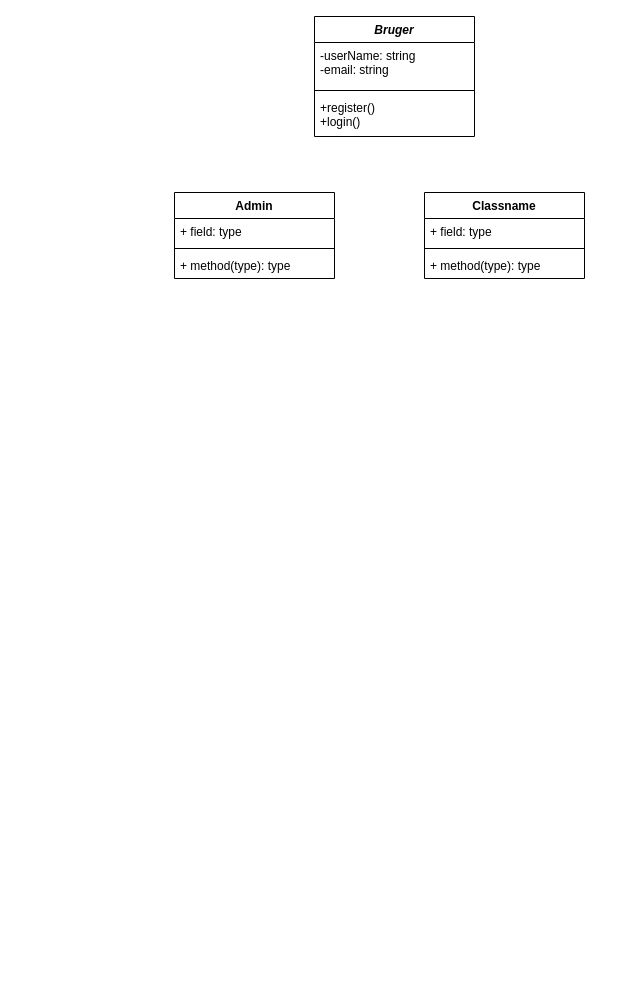
Above: CBS Sport.drawio in Niklas107/Gruppeprojekt-1 (draw.io), before the change. Source tidied: cells renumbered, new cells numbered last; positions are measured from the earlier drawing's top-left corner, leaving out a move shared by most shapes. Both pictures are drawn from the tidied source at 100%, with x=0, y=0 at pixel (174, 16).
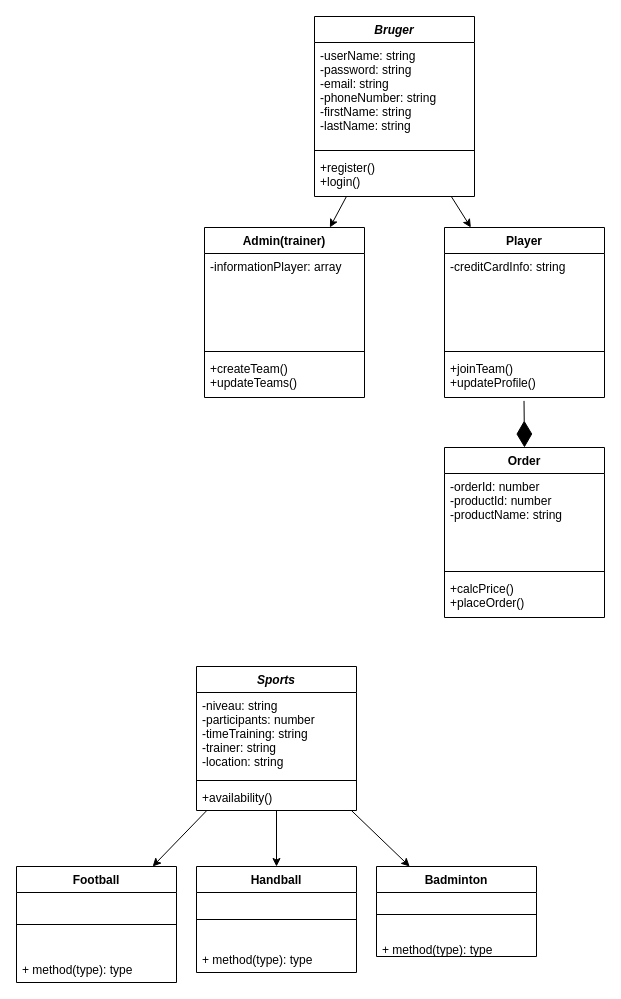
The same diagram, later.

Diff of the diagram source:
```diff
@@
+    <mxCell id="14" style="edgeStyle=none;rounded=0;jettySize=auto;html=1;" parent="1" edge="1" source="2" target="20">
+      <mxGeometry relative="1" as="geometry" />
+    </mxCell>
+    <mxCell id="15" style="edgeStyle=none;rounded=0;jettySize=auto;html=1;" parent="1" edge="1" source="2" target="16">
+      <mxGeometry relative="1" as="geometry" />
+    </mxCell>
     <mxCell id="2" value="Bruger" style="swimlane;fontStyle=3;align=center;verticalAlign=top;horizontal=1;startSize=26;" parent="1" vertex="1">
-      <mxGeometry x="140" width="160" height="120" as="geometry" />
+      <mxGeometry x="140" width="160" height="180" as="geometry" />
     </mxCell>
-    <mxCell id="3" value="-userName: string&#10;-email: string&#10;" style="text;strokeColor=none;fillColor=none;align=left;verticalAlign=top;spacingLeft=4;spacingRight=4;overflow=hidden;" parent="2" vertex="1">
-      <mxGeometry y="26" width="160" height="44" as="geometry" />
+    <mxCell id="3" value="-userName: string&#10;-password: string&#10;-email: string&#10;-phoneNumber: string&#10;-firstName: string&#10;-lastName: string&#10;&#10;" style="text;strokeColor=none;fillColor=none;align=left;verticalAlign=top;spacingLeft=4;spacingRight=4;overflow=hidden;" parent="2" vertex="1">
+      <mxGeometry y="26" width="160" height="104" as="geometry" />
     </mxCell>
     <mxCell id="4" style="line;strokeWidth=1;fillColor=none;align=left;verticalAlign=middle;spacingTop=-1;spacingLeft=3;spacingRight=3;labelPosition=right;" parent="2" vertex="1">
-      <mxGeometry y="70" width="160" height="8" as="geometry" />
+      <mxGeometry y="130" width="160" height="8" as="geometry" />
     </mxCell>
     <mxCell id="5" value="+register()&#10;+login()" style="text;strokeColor=none;fillColor=none;align=left;verticalAlign=top;spacingLeft=4;spacingRight=4;overflow=hidden;" parent="2" vertex="1">
-      <mxGeometry y="78" width="160" height="42" as="geometry" />
+      <mxGeometry y="138" width="160" height="42" as="geometry" />
     </mxCell>
-    <mxCell id="6" value="Admin" style="swimlane;fontStyle=1;align=center;verticalAlign=top;horizontal=1;startSize=26;" parent="1" vertex="1">
-      <mxGeometry y="176" width="160" height="86" as="geometry" />
-    </mxCell>
-    <mxCell id="7" value="+ field: type" style="text;strokeColor=none;fillColor=none;align=left;verticalAlign=top;spacingLeft=4;spacingRight=4;overflow=hidden;" parent="6" vertex="1">
-      <mxGeometry y="26" width="160" height="26" as="geometry" />
-    </mxCell>
-    <mxCell id="8" style="line;strokeWidth=1;fillColor=none;align=left;verticalAlign=middle;spacingTop=-1;spacingLeft=3;spacingRight=3;labelPosition=right;" parent="6" vertex="1">
-      <mxGeometry y="52" width="160" height="8" as="geometry" />
-    </mxCell>
-    <mxCell id="9" value="+ method(type): type" style="text;strokeColor=none;fillColor=none;align=left;verticalAlign=top;spacingLeft=4;spacingRight=4;overflow=hidden;" parent="6" vertex="1">
-      <mxGeometry y="60" width="160" height="26" as="geometry" />
-    </mxCell>
-    <mxCell id="10" value="Classname" style="swimlane;fontStyle=1;align=center;verticalAlign=top;horizontal=1;startSize=26;" parent="1" vertex="1">
-      <mxGeometry x="250" y="176" width="160" height="86" as="geometry" />
-    </mxCell>
-    <mxCell id="11" value="+ field: type" style="text;strokeColor=none;fillColor=none;align=left;verticalAlign=top;spacingLeft=4;spacingRight=4;overflow=hidden;" parent="10" vertex="1">
-      <mxGeometry y="26" width="160" height="26" as="geometry" />
-    </mxCell>
-    <mxCell id="12" style="line;strokeWidth=1;fillColor=none;align=left;verticalAlign=middle;spacingTop=-1;spacingLeft=3;spacingRight=3;labelPosition=right;" parent="10" vertex="1">
-      <mxGeometry y="52" width="160" height="8" as="geometry" />
-    </mxCell>
-    <mxCell id="13" value="+ method(type): type" style="text;strokeColor=none;fillColor=none;align=left;verticalAlign=top;spacingLeft=4;spacingRight=4;overflow=hidden;" parent="10" vertex="1">
-      <mxGeometry y="60" width="160" height="26" as="geometry" />
-    </mxCell>
+    <mxCell id="16" value="Admin(trainer)" style="swimlane;fontStyle=1;align=center;verticalAlign=top;horizontal=1;startSize=26;" parent="1" vertex="1">
+      <mxGeometry x="30" y="211" width="160" height="170" as="geometry" />
+    </mxCell>
+    <mxCell id="17" value="-informationPlayer: array&#10;" style="text;strokeColor=none;fillColor=none;align=left;verticalAlign=top;spacingLeft=4;spacingRight=4;overflow=hidden;" parent="16" vertex="1">
+      <mxGeometry y="26" width="160" height="94" as="geometry" />
+    </mxCell>
+    <mxCell id="18" style="line;strokeWidth=1;fillColor=none;align=left;verticalAlign=middle;spacingTop=-1;spacingLeft=3;spacingRight=3;labelPosition=right;" parent="16" vertex="1">
+      <mxGeometry y="120" width="160" height="8" as="geometry" />
+    </mxCell>
+    <mxCell id="19" value="+createTeam()&#10;+updateTeams()" style="text;strokeColor=none;fillColor=none;align=left;verticalAlign=top;spacingLeft=4;spacingRight=4;overflow=hidden;" parent="16" vertex="1">
+      <mxGeometry y="128" width="160" height="42" as="geometry" />
+    </mxCell>
+    <mxCell id="20" value="Player" style="swimlane;fontStyle=1;align=center;verticalAlign=top;horizontal=1;startSize=26;" parent="1" vertex="1">
+      <mxGeometry x="270" y="211" width="160" height="170" as="geometry" />
+    </mxCell>
+    <mxCell id="21" value="-creditCardInfo: string&#10;" style="text;strokeColor=none;fillColor=none;align=left;verticalAlign=top;spacingLeft=4;spacingRight=4;overflow=hidden;" parent="20" vertex="1">
+      <mxGeometry y="26" width="160" height="94" as="geometry" />
+    </mxCell>
+    <mxCell id="22" style="line;strokeWidth=1;fillColor=none;align=left;verticalAlign=middle;spacingTop=-1;spacingLeft=3;spacingRight=3;labelPosition=right;" parent="20" vertex="1">
+      <mxGeometry y="120" width="160" height="8" as="geometry" />
+    </mxCell>
+    <mxCell id="23" value="+joinTeam()&#10;+updateProfile()" style="text;strokeColor=none;fillColor=none;align=left;verticalAlign=top;spacingLeft=4;spacingRight=4;overflow=hidden;points=[[0,0.5],[1,0.5]];portConstraint=eastwest;" parent="20" vertex="1">
+      <mxGeometry y="128" width="160" height="42" as="geometry" />
+    </mxCell>
+    <mxCell id="24" value="Order" style="swimlane;fontStyle=1;align=center;verticalAlign=top;horizontal=1;startSize=26;" parent="1" vertex="1">
+      <mxGeometry x="270" y="431" width="160" height="170" as="geometry" />
+    </mxCell>
+    <mxCell id="25" value="-orderId: number&#10;-productId: number&#10;-productName: string&#10;" style="text;strokeColor=none;fillColor=none;align=left;verticalAlign=top;spacingLeft=4;spacingRight=4;overflow=hidden;" parent="24" vertex="1">
+      <mxGeometry y="26" width="160" height="94" as="geometry" />
+    </mxCell>
+    <mxCell id="26" style="line;strokeWidth=1;fillColor=none;align=left;verticalAlign=middle;spacingTop=-1;spacingLeft=3;spacingRight=3;labelPosition=right;" parent="24" vertex="1">
+      <mxGeometry y="120" width="160" height="8" as="geometry" />
+    </mxCell>
+    <mxCell id="27" value="+calcPrice()&#10;+placeOrder()" style="text;strokeColor=none;fillColor=none;align=left;verticalAlign=top;spacingLeft=4;spacingRight=4;overflow=hidden;" parent="24" vertex="1">
+      <mxGeometry y="128" width="160" height="42" as="geometry" />
+    </mxCell>
+    <mxCell id="28" style="edgeStyle=none;rounded=0;jettySize=auto;html=1;" parent="1" edge="1" source="31" target="41">
+      <mxGeometry relative="1" as="geometry" />
+    </mxCell>
+    <mxCell id="29" style="edgeStyle=none;rounded=0;jettySize=auto;html=1;" parent="1" edge="1" source="31" target="38">
+      <mxGeometry relative="1" as="geometry" />
+    </mxCell>
+    <mxCell id="30" style="edgeStyle=none;rounded=0;jettySize=auto;html=1;" parent="1" edge="1" source="31" target="35">
+      <mxGeometry relative="1" as="geometry" />
+    </mxCell>
+    <mxCell id="31" value="Sports" style="swimlane;fontStyle=3;align=center;verticalAlign=top;horizontal=1;startSize=26;" parent="1" vertex="1">
+      <mxGeometry x="22" y="650" width="160" height="144" as="geometry" />
+    </mxCell>
+    <mxCell id="32" value="-niveau: string&#10;-participants: number&#10;-timeTraining: string&#10;-trainer: string&#10;-location: string" style="text;strokeColor=none;fillColor=none;align=left;verticalAlign=top;spacingLeft=4;spacingRight=4;overflow=hidden;" parent="31" vertex="1">
+      <mxGeometry y="26" width="160" height="84" as="geometry" />
+    </mxCell>
+    <mxCell id="33" style="line;strokeWidth=1;fillColor=none;align=left;verticalAlign=middle;spacingTop=-1;spacingLeft=3;spacingRight=3;labelPosition=right;" parent="31" vertex="1">
+      <mxGeometry y="110" width="160" height="8" as="geometry" />
+    </mxCell>
+    <mxCell id="34" value="+availability()" style="text;strokeColor=none;fillColor=none;align=left;verticalAlign=top;spacingLeft=4;spacingRight=4;overflow=hidden;" parent="31" vertex="1">
+      <mxGeometry y="118" width="160" height="26" as="geometry" />
+    </mxCell>
+    <mxCell id="35" value="Handball" style="swimlane;fontStyle=1;align=center;verticalAlign=top;horizontal=1;startSize=26;" parent="1" vertex="1">
+      <mxGeometry x="22" y="850" width="160" height="106" as="geometry" />
+    </mxCell>
+    <mxCell id="36" style="line;strokeWidth=1;fillColor=none;align=left;verticalAlign=middle;spacingTop=-1;spacingLeft=3;spacingRight=3;labelPosition=right;" parent="35" vertex="1">
+      <mxGeometry y="26" width="160" height="54" as="geometry" />
+    </mxCell>
+    <mxCell id="37" value="+ method(type): type" style="text;strokeColor=none;fillColor=none;align=left;verticalAlign=top;spacingLeft=4;spacingRight=4;overflow=hidden;" parent="35" vertex="1">
+      <mxGeometry y="80" width="160" height="26" as="geometry" />
+    </mxCell>
+    <mxCell id="38" value="Badminton" style="swimlane;fontStyle=1;align=center;verticalAlign=top;horizontal=1;startSize=26;" parent="1" vertex="1">
+      <mxGeometry x="202" y="850" width="160" height="90" as="geometry" />
+    </mxCell>
+    <mxCell id="39" style="line;strokeWidth=1;fillColor=none;align=left;verticalAlign=middle;spacingTop=-1;spacingLeft=3;spacingRight=3;labelPosition=right;" parent="38" vertex="1">
+      <mxGeometry y="26" width="160" height="44" as="geometry" />
+    </mxCell>
+    <mxCell id="40" value="+ method(type): type" style="text;strokeColor=none;fillColor=none;align=left;verticalAlign=top;spacingLeft=4;spacingRight=4;overflow=hidden;" parent="38" vertex="1">
+      <mxGeometry y="70" width="160" height="20" as="geometry" />
+    </mxCell>
+    <mxCell id="41" value="Football" style="swimlane;fontStyle=1;align=center;verticalAlign=top;horizontal=1;startSize=26;" parent="1" vertex="1">
+      <mxGeometry x="-158" y="850" width="160" height="116" as="geometry" />
+    </mxCell>
+    <mxCell id="42" style="line;strokeWidth=1;fillColor=none;align=left;verticalAlign=middle;spacingTop=-1;spacingLeft=3;spacingRight=3;labelPosition=right;" parent="41" vertex="1">
+      <mxGeometry y="26" width="160" height="64" as="geometry" />
+    </mxCell>
+    <mxCell id="43" value="+ method(type): type" style="text;strokeColor=none;fillColor=none;align=left;verticalAlign=top;spacingLeft=4;spacingRight=4;overflow=hidden;" parent="41" vertex="1">
+      <mxGeometry y="90" width="160" height="26" as="geometry" />
+    </mxCell>
+    <mxCell id="44" style="endArrow=diamondThin;endFill=1;endSize=24;html=1;entryX=0.5;entryY=0;entryDx=0;entryDy=0;exitX=0.497;exitY=1.081;exitDx=0;exitDy=0;exitPerimeter=0;" parent="1" edge="1" source="23" target="24">
+      <mxGeometry relative="1" as="geometry" />
+    </mxCell>
```
